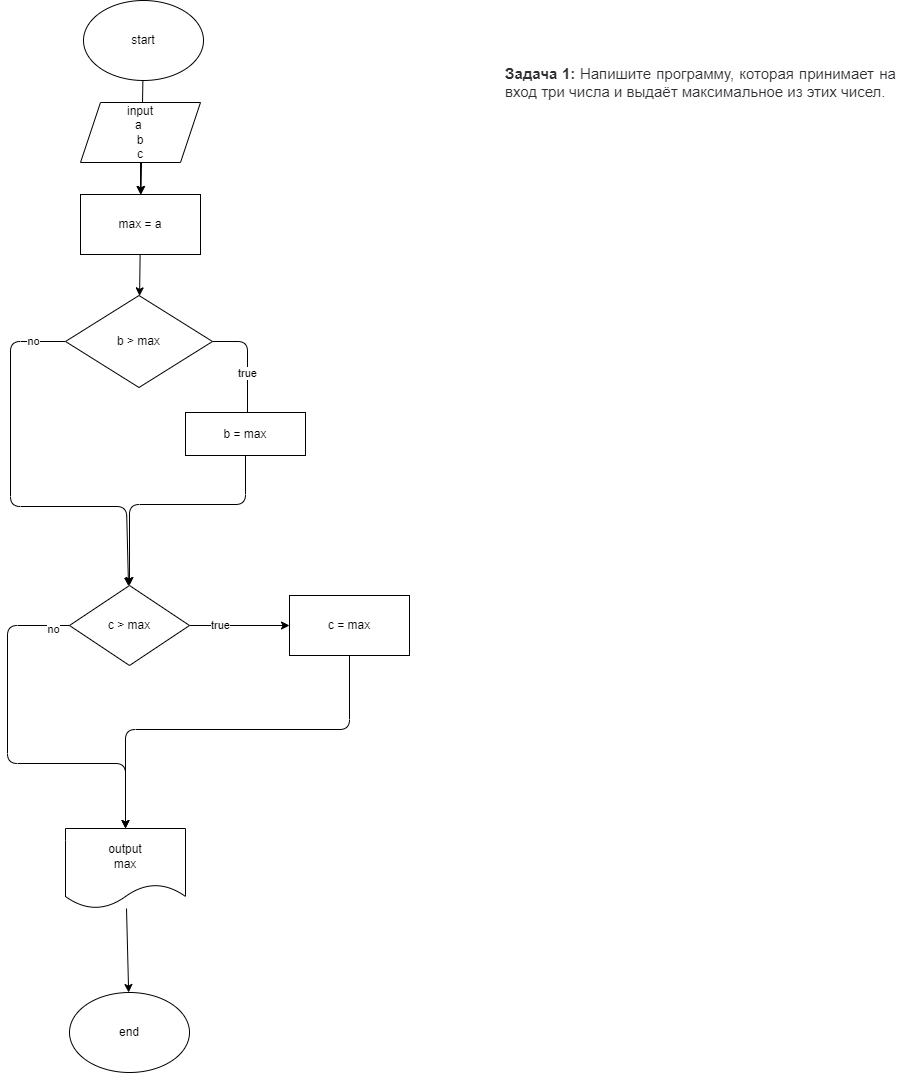
This is HomeWork/Exersise_02/diagram.drawio.png from zeRo2639/CSharp-begin-27.11.2022, a draw.io export, as it was before one commit. Source tidied: cells renumbered, new cells last; positions are measured from the earlier drawing's top-left corner, leaving out a move shared by most shapes. Source of this version:
```xml
<mxGraphModel>
  <root>
    <mxCell id="0" />
    <mxCell id="1" parent="0" />
    <mxCell id="2" value="&lt;div style=&quot;text-align: justify&quot;&gt;&lt;span style=&quot;box-sizing: border-box ; font-weight: 700 ; color: rgb(44 , 45 , 48) ; font-family: &amp;#34;roboto&amp;#34; , &amp;#34;san francisco&amp;#34; , &amp;#34;helvetica neue&amp;#34; , &amp;#34;helvetica&amp;#34; , &amp;#34;arial&amp;#34; ; font-size: 15px ; background-color: rgb(255 , 255 , 255)&quot;&gt;Задача 1:&amp;nbsp;&lt;/span&gt;&lt;span style=&quot;color: rgb(44 , 45 , 48) ; font-family: &amp;#34;roboto&amp;#34; , &amp;#34;san francisco&amp;#34; , &amp;#34;helvetica neue&amp;#34; , &amp;#34;helvetica&amp;#34; , &amp;#34;arial&amp;#34; ; font-size: 15px ; background-color: rgb(255 , 255 , 255)&quot;&gt;Напишите программу, которая принимает на вход три числа и выдаёт максимальное из этих чисел.&lt;/span&gt;&lt;/div&gt;" style="text;html=1;strokeColor=none;fillColor=none;align=center;verticalAlign=middle;whiteSpace=wrap;rounded=0;" parent="1" vertex="1">
      <mxGeometry x="497" y="42" width="393" height="79" as="geometry" />
    </mxCell>
    <mxCell id="3" style="edgeStyle=none;html=1;" parent="1" edge="1" source="4" target="8">
      <mxGeometry relative="1" as="geometry" />
    </mxCell>
    <mxCell id="4" value="start" style="ellipse;whiteSpace=wrap;html=1;" parent="1" vertex="1">
      <mxGeometry x="76" width="120" height="80" as="geometry" />
    </mxCell>
    <mxCell id="5" style="edgeStyle=none;html=1;" parent="1" edge="1" source="6" target="8">
      <mxGeometry relative="1" as="geometry" />
    </mxCell>
    <mxCell id="6" value="input&lt;br&gt;a&amp;nbsp;&lt;br&gt;b&lt;br&gt;c" style="shape=parallelogram;perimeter=parallelogramPerimeter;whiteSpace=wrap;html=1;fixedSize=1;" parent="1" vertex="1">
      <mxGeometry x="73" y="102" width="120" height="60" as="geometry" />
    </mxCell>
    <mxCell id="7" style="edgeStyle=none;html=1;" parent="1" edge="1" source="8" target="11">
      <mxGeometry relative="1" as="geometry" />
    </mxCell>
    <mxCell id="8" value="max = a" style="rounded=0;whiteSpace=wrap;html=1;" parent="1" vertex="1">
      <mxGeometry x="73" y="194" width="120" height="60" as="geometry" />
    </mxCell>
    <mxCell id="9" value="no" style="edgeStyle=none;html=1;" parent="1" edge="1" source="11" target="20">
      <mxGeometry x="-0.85" relative="1" as="geometry">
        <Array as="points">
          <mxPoint x="3" y="341" />
          <mxPoint x="3" y="506" />
          <mxPoint x="119" y="506" />
        </Array>
      </mxGeometry>
    </mxCell>
    <mxCell id="10" value="true" style="edgeStyle=none;html=1;" parent="1" edge="1" source="11">
      <mxGeometry relative="1" as="geometry">
        <mxPoint x="240" y="439" as="targetPoint" />
        <Array as="points">
          <mxPoint x="240" y="341" />
        </Array>
      </mxGeometry>
    </mxCell>
    <mxCell id="11" value="b &amp;gt; max" style="rhombus;whiteSpace=wrap;html=1;" parent="1" vertex="1">
      <mxGeometry x="58" y="295" width="147" height="92" as="geometry" />
    </mxCell>
    <mxCell id="12" style="edgeStyle=none;html=1;entryX=0.5;entryY=0;entryDx=0;entryDy=0;" parent="1" edge="1" source="13" target="20">
      <mxGeometry relative="1" as="geometry">
        <Array as="points">
          <mxPoint x="238" y="504" />
          <mxPoint x="122" y="504" />
        </Array>
      </mxGeometry>
    </mxCell>
    <mxCell id="13" value="b = max" style="rounded=0;whiteSpace=wrap;html=1;" parent="1" vertex="1">
      <mxGeometry x="178" y="412" width="120" height="43" as="geometry" />
    </mxCell>
    <mxCell id="14" style="edgeStyle=none;html=1;entryX=0.5;entryY=0;entryDx=0;entryDy=0;" parent="1" edge="1" source="15" target="22">
      <mxGeometry relative="1" as="geometry">
        <Array as="points">
          <mxPoint x="342" y="729" />
          <mxPoint x="118" y="729" />
        </Array>
      </mxGeometry>
    </mxCell>
    <mxCell id="15" value="c = max" style="rounded=0;whiteSpace=wrap;html=1;" parent="1" vertex="1">
      <mxGeometry x="282" y="595" width="120" height="60" as="geometry" />
    </mxCell>
    <mxCell id="16" style="edgeStyle=none;html=1;" parent="1" edge="1" source="20" target="15">
      <mxGeometry relative="1" as="geometry" />
    </mxCell>
    <mxCell id="17" value="true" style="edgeLabel;html=1;align=center;verticalAlign=middle;" parent="16" vertex="1">
      <mxGeometry x="-0.4" y="1" relative="1" as="geometry" />
    </mxCell>
    <mxCell id="18" style="edgeStyle=none;html=1;" parent="1" edge="1" source="20" target="22">
      <mxGeometry relative="1" as="geometry">
        <Array as="points">
          <mxPoint y="625" />
          <mxPoint y="763" />
          <mxPoint x="118" y="763" />
        </Array>
      </mxGeometry>
    </mxCell>
    <mxCell id="19" value="no" style="edgeLabel;html=1;align=center;verticalAlign=middle;" parent="18" vertex="1">
      <mxGeometry x="-0.91" y="3" relative="1" as="geometry" />
    </mxCell>
    <mxCell id="20" value="c &amp;gt; max" style="rhombus;whiteSpace=wrap;html=1;" parent="1" vertex="1">
      <mxGeometry x="62" y="585" width="120" height="80" as="geometry" />
    </mxCell>
    <mxCell id="21" style="edgeStyle=none;html=1;" parent="1" edge="1" source="22" target="23">
      <mxGeometry relative="1" as="geometry" />
    </mxCell>
    <mxCell id="22" value="output&lt;br&gt;max" style="shape=document;whiteSpace=wrap;html=1;boundedLbl=1;" parent="1" vertex="1">
      <mxGeometry x="58" y="828" width="120" height="80" as="geometry" />
    </mxCell>
    <mxCell id="23" value="end" style="ellipse;whiteSpace=wrap;html=1;" parent="1" vertex="1">
      <mxGeometry x="62" y="992" width="120" height="80" as="geometry" />
    </mxCell>
  </root>
</mxGraphModel>
```
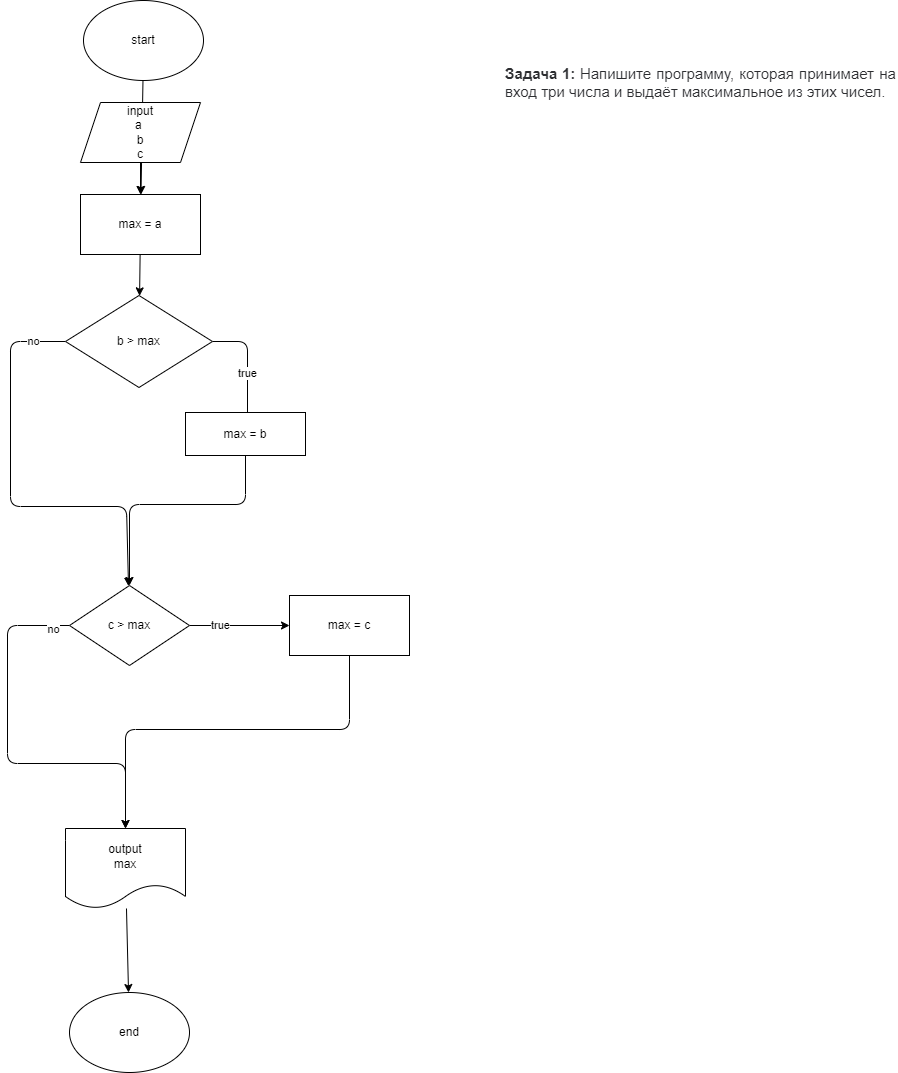
Above is the later version.

What changed in the source:
```diff
@@ -51,7 +51,7 @@
         </Array>
       </mxGeometry>
     </mxCell>
-    <mxCell id="13" value="b = max" style="rounded=0;whiteSpace=wrap;html=1;" parent="1" vertex="1">
+    <mxCell id="13" value="max = b" style="rounded=0;whiteSpace=wrap;html=1;" parent="1" vertex="1">
       <mxGeometry x="178" y="412" width="120" height="43" as="geometry" />
     </mxCell>
     <mxCell id="14" style="edgeStyle=none;html=1;entryX=0.5;entryY=0;entryDx=0;entryDy=0;" parent="1" edge="1" source="15" target="22">
@@ -62,7 +62,7 @@
         </Array>
       </mxGeometry>
     </mxCell>
-    <mxCell id="15" value="c = max" style="rounded=0;whiteSpace=wrap;html=1;" parent="1" vertex="1">
+    <mxCell id="15" value="max = c" style="rounded=0;whiteSpace=wrap;html=1;" parent="1" vertex="1">
       <mxGeometry x="282" y="595" width="120" height="60" as="geometry" />
     </mxCell>
     <mxCell id="16" style="edgeStyle=none;html=1;" parent="1" edge="1" source="20" target="15">
```
